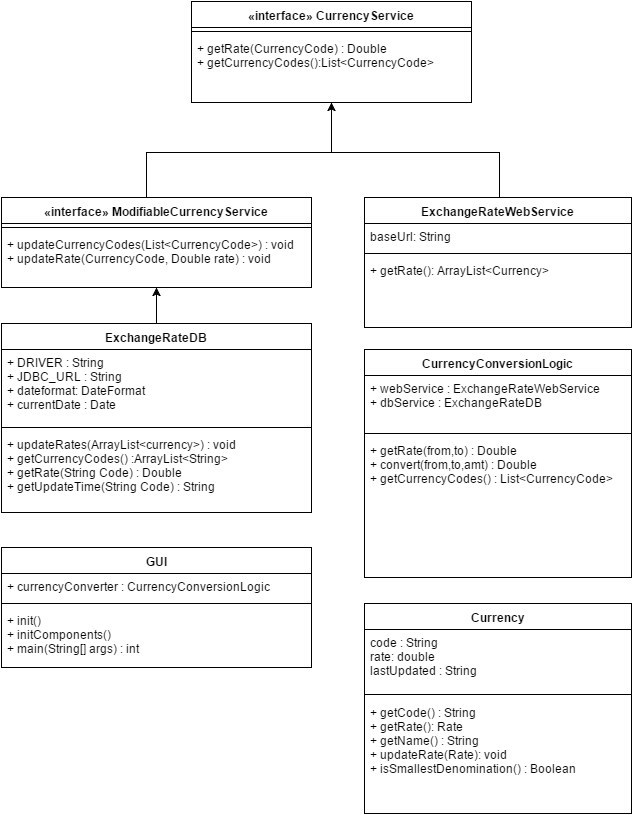
The draw.io diagram Class Diagram.png in ReggieCarey/CMSC495, before a commit. Source tidied: cells renumbered, new cells last; positions are measured from the earlier drawing's top-left corner, leaving out a move shared by most shapes.
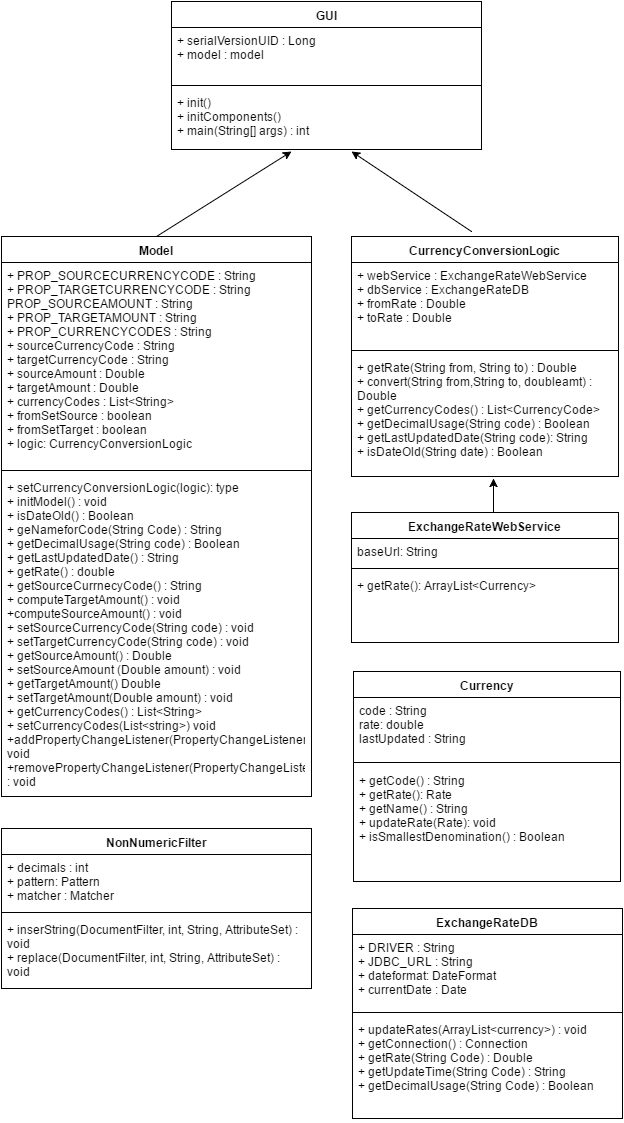
The same diagram one commit later.

The edit, as a diff of the source:
```diff
@@ -3,42 +3,31 @@
     <mxCell id="0" />
     <mxCell id="1" parent="0" />
     <mxCell id="2" value="GUI" style="swimlane;html=1;fontStyle=1;align=center;verticalAlign=top;horizontal=1;startSize=26;swimlaneFillColor=#ffffff;rounded=0;" parent="1" vertex="1">
-      <mxGeometry y="546" width="310" height="120" as="geometry" />
+      <mxGeometry x="170" y="-39" width="310" height="148" as="geometry" />
     </mxCell>
-    <mxCell id="3" value="+ currencyConverter : CurrencyConversionLogic" style="text;html=1;strokeColor=none;fillColor=none;align=left;verticalAlign=top;spacingLeft=4;spacingRight=4;whiteSpace=wrap;overflow=hidden;" parent="2" vertex="1">
-      <mxGeometry y="26" width="310" height="26" as="geometry" />
+    <mxCell id="3" value="+ serialVersionUID : Long&lt;div&gt;+ model : model&lt;/div&gt;" style="text;html=1;strokeColor=none;fillColor=none;align=left;verticalAlign=top;spacingLeft=4;spacingRight=4;whiteSpace=wrap;overflow=hidden;" parent="2" vertex="1">
+      <mxGeometry y="26" width="310" height="54" as="geometry" />
     </mxCell>
     <mxCell id="4" style="line;html=1;strokeWidth=1;fillColor=none;align=left;verticalAlign=middle;spacingTop=-1;spacingLeft=3;spacingRight=3;labelPosition=right;" parent="2" vertex="1">
-      <mxGeometry y="52" width="310" height="8" as="geometry" />
+      <mxGeometry y="80" width="310" height="8" as="geometry" />
     </mxCell>
     <mxCell id="5" value="+ init()&lt;div&gt;+ initComponents()&lt;br&gt;&lt;div&gt;+ main(String[] args) : int&lt;/div&gt;&lt;/div&gt;" style="text;html=1;strokeColor=none;fillColor=none;align=left;verticalAlign=top;spacingLeft=4;spacingRight=4;whiteSpace=wrap;overflow=hidden;points=[[0,0.5],[1,0.5]];portConstraint=eastwest;" parent="2" vertex="1">
-      <mxGeometry y="60" width="310" height="60" as="geometry" />
+      <mxGeometry y="88" width="310" height="60" as="geometry" />
     </mxCell>
-    <mxCell id="6" style="edgeStyle=orthogonalEdgeStyle;rounded=0;html=1;entryX=0.5;entryY=1;entryPerimeter=0;jettySize=auto;fontColor=#000000;" parent="1" edge="1" source="7" target="30">
-      <mxGeometry relative="1" as="geometry" />
-    </mxCell>
     <mxCell id="7" value="ExchangeRateDB" style="swimlane;html=1;fontStyle=1;align=center;verticalAlign=top;horizontal=1;startSize=26;swimlaneFillColor=#ffffff;rounded=0;" parent="1" vertex="1">
-      <mxGeometry y="322" width="310" height="189" as="geometry" />
+      <mxGeometry x="351" y="868" width="270" height="210" as="geometry" />
     </mxCell>
     <mxCell id="8" value="+ DRIVER : String&lt;div&gt;+ JDBC_URL : String&lt;/div&gt;&lt;div&gt;+ dateformat: DateFormat&lt;/div&gt;&lt;div&gt;+ currentDate : Date&lt;br&gt;&lt;div&gt;&lt;br&gt;&lt;/div&gt;&lt;/div&gt;" style="text;html=1;strokeColor=none;fillColor=none;align=left;verticalAlign=top;spacingLeft=4;spacingRight=4;whiteSpace=wrap;overflow=hidden;" parent="7" vertex="1">
-      <mxGeometry y="26" width="310" height="74" as="geometry" />
+      <mxGeometry y="26" width="270" height="74" as="geometry" />
     </mxCell>
     <mxCell id="9" style="line;html=1;strokeWidth=1;fillColor=none;align=left;verticalAlign=middle;spacingTop=-1;spacingLeft=3;spacingRight=3;labelPosition=right;" parent="7" vertex="1">
-      <mxGeometry y="100" width="310" height="8" as="geometry" />
+      <mxGeometry y="100" width="270" height="8" as="geometry" />
     </mxCell>
-    <mxCell id="10" value="&lt;div&gt;&lt;div&gt;&lt;span&gt;+ updateRates(ArrayList&amp;lt;currency&amp;gt;) : void&lt;/span&gt;&lt;br&gt;&lt;/div&gt;&lt;div&gt;+ getCurrencyCodes() :ArrayList&amp;lt;String&amp;gt;&lt;br&gt;&lt;/div&gt;&lt;div&gt;+ getRate(String Code) : Double&lt;/div&gt;&lt;div&gt;+ getUpdateTime(String Code) : String&lt;/div&gt;&lt;/div&gt;&lt;div&gt;&lt;br&gt;&lt;/div&gt;" style="text;html=1;strokeColor=none;fillColor=none;align=left;verticalAlign=top;spacingLeft=4;spacingRight=4;whiteSpace=wrap;overflow=hidden;" parent="7" vertex="1">
-      <mxGeometry y="108" width="310" height="70" as="geometry" />
+    <mxCell id="10" value="&lt;div&gt;&lt;div&gt;&lt;span&gt;+ updateRates(ArrayList&amp;lt;currency&amp;gt;) : void&lt;/span&gt;&lt;br&gt;&lt;/div&gt;&lt;div&gt;+ getConnection() : Connection&lt;br&gt;&lt;/div&gt;&lt;div&gt;+ getRate(String Code) : Double&lt;/div&gt;&lt;div&gt;+ getUpdateTime(String Code) : String&lt;/div&gt;&lt;/div&gt;&lt;div&gt;+ getDecimalUsage(String Code) : Boolean&lt;/div&gt;&lt;div&gt;&lt;br&gt;&lt;/div&gt;" style="text;html=1;strokeColor=none;fillColor=none;align=left;verticalAlign=top;spacingLeft=4;spacingRight=4;whiteSpace=wrap;overflow=hidden;" parent="7" vertex="1">
+      <mxGeometry y="108" width="270" height="102" as="geometry" />
     </mxCell>
-    <mxCell id="11" style="edgeStyle=orthogonalEdgeStyle;rounded=0;html=1;entryX=0.5;entryY=1.025;entryPerimeter=0;jettySize=auto;fontColor=#000000;" parent="1" edge="1" source="12" target="26">
-      <mxGeometry relative="1" as="geometry">
-        <Array as="points">
-          <mxPoint x="498" y="151" />
-          <mxPoint x="330" y="151" />
-        </Array>
-      </mxGeometry>
-    </mxCell>
     <mxCell id="12" value="ExchangeRateWebService" style="swimlane;html=1;fontStyle=1;align=center;verticalAlign=top;horizontal=1;startSize=26;swimlaneFillColor=#ffffff;rounded=0;" parent="1" vertex="1">
-      <mxGeometry x="363" y="196" width="267" height="130" as="geometry" />
+      <mxGeometry x="350" y="472" width="267" height="130" as="geometry" />
     </mxCell>
     <mxCell id="13" value="baseUrl: String" style="text;html=1;strokeColor=none;fillColor=none;align=left;verticalAlign=top;spacingLeft=4;spacingRight=4;whiteSpace=wrap;overflow=hidden;" parent="12" vertex="1">
       <mxGeometry y="26" width="267" height="26" as="geometry" />
@@ -50,19 +39,19 @@
       <mxGeometry y="60" width="267" height="70" as="geometry" />
     </mxCell>
     <mxCell id="16" value="CurrencyConversionLogic" style="swimlane;html=1;fontStyle=1;align=center;verticalAlign=top;horizontal=1;startSize=26;swimlaneFillColor=#ffffff;rounded=0;" parent="1" vertex="1">
-      <mxGeometry x="363" y="348" width="267" height="228" as="geometry" />
+      <mxGeometry x="350" y="196" width="267" height="240" as="geometry" />
     </mxCell>
-    <mxCell id="17" value="+ webService : ExchangeRateWebService&lt;div&gt;+ dbService : ExchangeRateDB&lt;/div&gt;&lt;div&gt;&lt;br&gt;&lt;/div&gt;" style="text;html=1;strokeColor=none;fillColor=none;align=left;verticalAlign=top;spacingLeft=4;spacingRight=4;whiteSpace=wrap;overflow=hidden;" parent="16" vertex="1">
-      <mxGeometry y="26" width="267" height="54" as="geometry" />
+    <mxCell id="17" value="+ webService : ExchangeRateWebService&lt;div&gt;+ dbService : ExchangeRateDB&lt;/div&gt;&lt;div&gt;+ fromRate : Double&lt;/div&gt;&lt;div&gt;+ toRate : Double&lt;/div&gt;&lt;div&gt;&lt;br&gt;&lt;/div&gt;" style="text;html=1;strokeColor=none;fillColor=none;align=left;verticalAlign=top;spacingLeft=4;spacingRight=4;whiteSpace=wrap;overflow=hidden;" parent="16" vertex="1">
+      <mxGeometry y="26" width="267" height="84" as="geometry" />
     </mxCell>
     <mxCell id="18" style="line;html=1;strokeWidth=1;fillColor=none;align=left;verticalAlign=middle;spacingTop=-1;spacingLeft=3;spacingRight=3;labelPosition=right;" parent="16" vertex="1">
-      <mxGeometry y="80" width="267" height="8" as="geometry" />
+      <mxGeometry y="110" width="267" height="8" as="geometry" />
     </mxCell>
-    <mxCell id="19" value="+ getRate(from,to) : Double&lt;div&gt;+ convert(from,to,amt) : Double&lt;/div&gt;&lt;div&gt;+ getCurrencyCodes() : List&amp;lt;CurrencyCode&amp;gt;&lt;/div&gt;" style="text;html=1;strokeColor=none;fillColor=none;align=left;verticalAlign=top;spacingLeft=4;spacingRight=4;whiteSpace=wrap;overflow=hidden;points=[[0,0.5],[1,0.5]];portConstraint=eastwest;" parent="16" vertex="1">
-      <mxGeometry y="88" width="267" height="140" as="geometry" />
+    <mxCell id="19" value="+ getRate(String from, String to) : Double&lt;div&gt;+ convert(String from,String to, doubleamt) : Double&lt;/div&gt;&lt;div&gt;+ getCurrencyCodes() : List&amp;lt;CurrencyCode&amp;gt;&lt;/div&gt;&lt;div&gt;+ getDecimalUsage(String code) : Boolean&lt;/div&gt;&lt;div&gt;+ getLastUpdatedDate(String code): String&lt;/div&gt;&lt;div&gt;+ isDateOld(String date) : Boolean&lt;/div&gt;" style="text;html=1;strokeColor=none;fillColor=none;align=left;verticalAlign=top;spacingLeft=4;spacingRight=4;whiteSpace=wrap;overflow=hidden;points=[[0,0.5],[1,0.5]];portConstraint=eastwest;" parent="16" vertex="1">
+      <mxGeometry y="118" width="267" height="122" as="geometry" />
     </mxCell>
     <mxCell id="20" value="Currency" style="swimlane;html=1;fontStyle=1;align=center;verticalAlign=top;horizontal=1;startSize=26;swimlaneFillColor=#ffffff;rounded=0;" parent="1" vertex="1">
-      <mxGeometry x="363" y="602" width="267" height="210" as="geometry" />
+      <mxGeometry x="352" y="631" width="267" height="210" as="geometry" />
     </mxCell>
     <mxCell id="21" value="code : String&lt;div&gt;rate: double&lt;br&gt;&lt;div&gt;lastUpdated : String&lt;/div&gt;&lt;/div&gt;" style="text;html=1;strokeColor=none;fillColor=none;align=left;verticalAlign=top;spacingLeft=4;spacingRight=4;whiteSpace=wrap;overflow=hidden;" parent="20" vertex="1">
       <mxGeometry y="26" width="267" height="60" as="geometry" />
@@ -73,31 +62,40 @@
     <mxCell id="23" value="+ getCode() : String&lt;div&gt;+ getRate(): Rate&lt;br&gt;&lt;div&gt;+ getName() : String&lt;/div&gt;&lt;div&gt;+ updateRate(Rate): void&lt;br&gt;&lt;div&gt;+ isSmallestDenomination() : Boolean&lt;/div&gt;&lt;/div&gt;&lt;/div&gt;" style="text;html=1;strokeColor=none;fillColor=none;align=left;verticalAlign=top;spacingLeft=4;spacingRight=4;whiteSpace=wrap;overflow=hidden;" parent="20" vertex="1">
       <mxGeometry y="96" width="267" height="90" as="geometry" />
     </mxCell>
-    <mxCell id="24" value="&lt;span&gt;«interface» CurrencyService&lt;/span&gt;&lt;br&gt;" style="swimlane;html=1;fontStyle=1;align=center;verticalAlign=top;horizontal=1;startSize=26;swimlaneFillColor=#ffffff;rounded=0;labelBackgroundColor=none;fontColor=#000000;" parent="1" vertex="1">
-      <mxGeometry x="190" width="280" height="101" as="geometry" />
-    </mxCell>
-    <mxCell id="25" style="line;html=1;strokeWidth=1;fillColor=none;align=left;verticalAlign=middle;spacingTop=-1;spacingLeft=3;spacingRight=3;labelPosition=right;" parent="24" vertex="1">
-      <mxGeometry y="26" width="280" height="8" as="geometry" />
-    </mxCell>
-    <mxCell id="26" value="+ getRate(CurrencyCode) : Double&lt;br&gt;&lt;div&gt;+ getCurrencyCodes():List&amp;lt;CurrencyCode&amp;gt;&lt;br&gt;&lt;/div&gt;&lt;div&gt;&lt;br&gt;&lt;/div&gt;" style="text;html=1;strokeColor=none;fillColor=none;align=left;verticalAlign=top;spacingLeft=4;spacingRight=4;whiteSpace=wrap;overflow=hidden;points=[[0,0.5],[1,0.5]];portConstraint=eastwest;" parent="24" vertex="1">
-      <mxGeometry y="34" width="280" height="40" as="geometry" />
-    </mxCell>
-    <mxCell id="27" style="edgeStyle=orthogonalEdgeStyle;rounded=0;html=1;entryX=0.5;entryY=1;jettySize=auto;fontColor=#000000;" parent="1" edge="1" source="28" target="24">
-      <mxGeometry relative="1" as="geometry">
-        <Array as="points">
-          <mxPoint x="145" y="151" />
-          <mxPoint x="330" y="151" />
-        </Array>
-      </mxGeometry>
-    </mxCell>
-    <mxCell id="28" value="«interface» ModifiableCurrencyService&lt;br&gt;" style="swimlane;html=1;fontStyle=1;align=center;verticalAlign=top;horizontal=1;startSize=26;swimlaneFillColor=#ffffff;rounded=0;labelBackgroundColor=none;fontColor=#000000;" parent="1" vertex="1">
-      <mxGeometry y="196" width="310" height="90" as="geometry" />
-    </mxCell>
-    <mxCell id="29" style="line;html=1;strokeWidth=1;fillColor=none;align=left;verticalAlign=middle;spacingTop=-1;spacingLeft=3;spacingRight=3;labelPosition=right;" parent="28" vertex="1">
-      <mxGeometry y="26" width="310" height="8" as="geometry" />
-    </mxCell>
-    <mxCell id="30" value="&lt;div&gt;+ updateCurrencyCodes(List&amp;lt;CurrencyCode&amp;gt;) : void&lt;/div&gt;&lt;div&gt;+ updateRate(CurrencyCode, Double rate) : void&lt;/div&gt;&lt;div&gt;&lt;br&gt;&lt;/div&gt;" style="text;html=1;strokeColor=none;fillColor=none;align=left;verticalAlign=top;spacingLeft=4;spacingRight=4;whiteSpace=wrap;overflow=hidden;points=[[0,0.5],[1,0.5]];portConstraint=eastwest;" parent="28" vertex="1">
-      <mxGeometry y="34" width="310" height="56" as="geometry" />
-    </mxCell>
+    <mxCell id="31" value="Model" style="swimlane;html=1;fontStyle=1;align=center;verticalAlign=top;horizontal=1;startSize=26;swimlaneFillColor=#ffffff;" parent="1" vertex="1">
+      <mxGeometry y="196" width="310" height="560" as="geometry" />
+    </mxCell>
+    <mxCell id="32" value="+&amp;nbsp;PROP_SOURCECURRENCYCODE : String&lt;div&gt;+&amp;nbsp;PROP_TARGETCURRENCYCODE : String&lt;/div&gt;&lt;div&gt;PROP_SOURCEAMOUNT : String&lt;br&gt;&lt;/div&gt;&lt;div&gt;+&amp;nbsp;PROP_TARGETAMOUNT : String&lt;/div&gt;&lt;div&gt;+&amp;nbsp;PROP_CURRENCYCODES : String&lt;/div&gt;&lt;div&gt;+&amp;nbsp;sourceCurrencyCode : String&lt;/div&gt;&lt;div&gt;+&amp;nbsp;targetCurrencyCode : String&lt;/div&gt;&lt;div&gt;+&amp;nbsp;sourceAmount : Double&lt;/div&gt;&lt;div&gt;+ targetAmount : Double&lt;/div&gt;&lt;div&gt;+ currencyCodes : List&amp;lt;String&amp;gt;&lt;/div&gt;&lt;div&gt;+ fromSetSource : boolean&lt;/div&gt;&lt;div&gt;+ fromSetTarget : boolean&lt;/div&gt;&lt;div&gt;+ logic: CurrencyConversionLogic&lt;/div&gt;" style="text;html=1;strokeColor=none;fillColor=none;align=left;verticalAlign=top;spacingLeft=4;spacingRight=4;whiteSpace=wrap;overflow=hidden;" parent="31" vertex="1">
+      <mxGeometry y="26" width="310" height="204" as="geometry" />
+    </mxCell>
+    <mxCell id="33" style="line;html=1;strokeWidth=1;fillColor=none;align=left;verticalAlign=middle;spacingTop=-1;spacingLeft=3;spacingRight=3;labelPosition=right;" parent="31" vertex="1">
+      <mxGeometry y="230" width="310" height="8" as="geometry" />
+    </mxCell>
+    <mxCell id="34" value="+ setCurrencyConversionLogic(logic): type&lt;div&gt;+ initModel() : void&lt;/div&gt;&lt;div&gt;+ isDateOld() : Boolean&lt;/div&gt;&lt;div&gt;+ geNameforCode(String Code) : String&lt;/div&gt;&lt;div&gt;+&amp;nbsp;&lt;span&gt;getDecimalUsage(String code) : Boolean&lt;/span&gt;&lt;/div&gt;&lt;div&gt;&lt;span&gt;+ getLastUpdatedDate() : String&lt;/span&gt;&lt;/div&gt;&lt;div&gt;&lt;span&gt;+ getRate() : double&lt;/span&gt;&lt;/div&gt;&lt;div&gt;&lt;span&gt;+ getSourceCurrnecyCode() : String&lt;/span&gt;&lt;/div&gt;&lt;div&gt;&lt;span&gt;+ computeTargetAmount() : void&lt;/span&gt;&lt;/div&gt;&lt;div&gt;&lt;span&gt;+computeSourceAmount() : void&lt;/span&gt;&lt;/div&gt;&lt;div&gt;+ setSourceCurrencyCode(String code) : void&lt;/div&gt;&lt;div&gt;+ s&lt;span&gt;etTargetCurrencyCode(String code) : void&lt;/span&gt;&lt;/div&gt;&lt;div&gt;&lt;span&gt;+ getSourceAmount() : Double&lt;/span&gt;&lt;/div&gt;&lt;div&gt;&lt;span&gt;+ setSourceAmount (Double amount) : void&lt;/span&gt;&lt;/div&gt;&lt;div&gt;&lt;span&gt;+ getTargetAmount() Double&lt;/span&gt;&lt;/div&gt;&lt;div&gt;&lt;span&gt;+ setTargetAmount(Double amount) : void&lt;/span&gt;&lt;/div&gt;&lt;div&gt;&lt;span&gt;+ getCurrencyCodes() : List&amp;lt;String&amp;gt;&lt;/span&gt;&lt;/div&gt;&lt;div&gt;&lt;span&gt;+ setCurrencyCodes(List&amp;lt;string&amp;gt;) void&lt;/span&gt;&lt;/div&gt;&lt;div&gt;&lt;span&gt;+addPropertyChangeListener(PropertyChangeListener) : void&lt;/span&gt;&lt;/div&gt;&lt;div&gt;&lt;span&gt;+removePropertyChangeListener(PropertyChangeListener&lt;/span&gt;&lt;/div&gt;&lt;div&gt;&lt;span&gt;: void&lt;/span&gt;&lt;/div&gt;&lt;div&gt;&lt;span&gt;&lt;br&gt;&lt;/span&gt;&lt;/div&gt;" style="text;html=1;strokeColor=none;fillColor=none;align=left;verticalAlign=top;spacingLeft=4;spacingRight=4;whiteSpace=wrap;overflow=hidden;" parent="31" vertex="1">
+      <mxGeometry y="238" width="310" height="322" as="geometry" />
+    </mxCell>
+    <mxCell id="35" value="NonNumericFilter" style="swimlane;html=1;fontStyle=1;align=center;verticalAlign=top;horizontal=1;startSize=26;swimlaneFillColor=#ffffff;rounded=0;" parent="1" vertex="1">
+      <mxGeometry y="788" width="310" height="160" as="geometry" />
+    </mxCell>
+    <mxCell id="36" value="+ decimals : int&lt;div&gt;+ pattern: Pattern&lt;/div&gt;&lt;div&gt;+ matcher : Matcher&lt;/div&gt;" style="text;html=1;strokeColor=none;fillColor=none;align=left;verticalAlign=top;spacingLeft=4;spacingRight=4;whiteSpace=wrap;overflow=hidden;" parent="35" vertex="1">
+      <mxGeometry y="26" width="310" height="54" as="geometry" />
+    </mxCell>
+    <mxCell id="37" style="line;html=1;strokeWidth=1;fillColor=none;align=left;verticalAlign=middle;spacingTop=-1;spacingLeft=3;spacingRight=3;labelPosition=right;" parent="35" vertex="1">
+      <mxGeometry y="80" width="310" height="8" as="geometry" />
+    </mxCell>
+    <mxCell id="38" value="&lt;div&gt;+ inserString(DocumentFilter, int, String, AttributeSet) : void&lt;/div&gt;&lt;div&gt;&lt;span&gt;+ replace(DocumentFilter, int, String, AttributeSet) : void&lt;/span&gt;&lt;br&gt;&lt;/div&gt;" style="text;html=1;strokeColor=none;fillColor=none;align=left;verticalAlign=top;spacingLeft=4;spacingRight=4;whiteSpace=wrap;overflow=hidden;" parent="35" vertex="1">
+      <mxGeometry y="88" width="310" height="72" as="geometry" />
+    </mxCell>
+    <mxCell id="39" style="endArrow=classic;html=1;entryX=0.581;entryY=1.033;entryPerimeter=0;" parent="1" edge="1" target="5">
+      <mxGeometry relative="1" as="geometry">
+        <mxPoint x="470" y="191" as="sourcePoint" />
+      </mxGeometry>
+    </mxCell>
+    <mxCell id="40" style="endArrow=classic;html=1;entryX=0.387;entryY=1.033;entryPerimeter=0;exitX=0.5;exitY=0;" parent="1" edge="1" source="31" target="5">
+      <mxGeometry relative="1" as="geometry" />
+    </mxCell>
+    <mxCell id="41" style="endArrow=classic;html=1;entryX=0.532;entryY=1.016;entryPerimeter=0;exitX=0.532;exitY=0;exitPerimeter=0;" parent="1" edge="1" source="12" target="19">
+      <mxGeometry relative="1" as="geometry" />
+    </mxCell>
   </root>
 </mxGraphModel>
```
